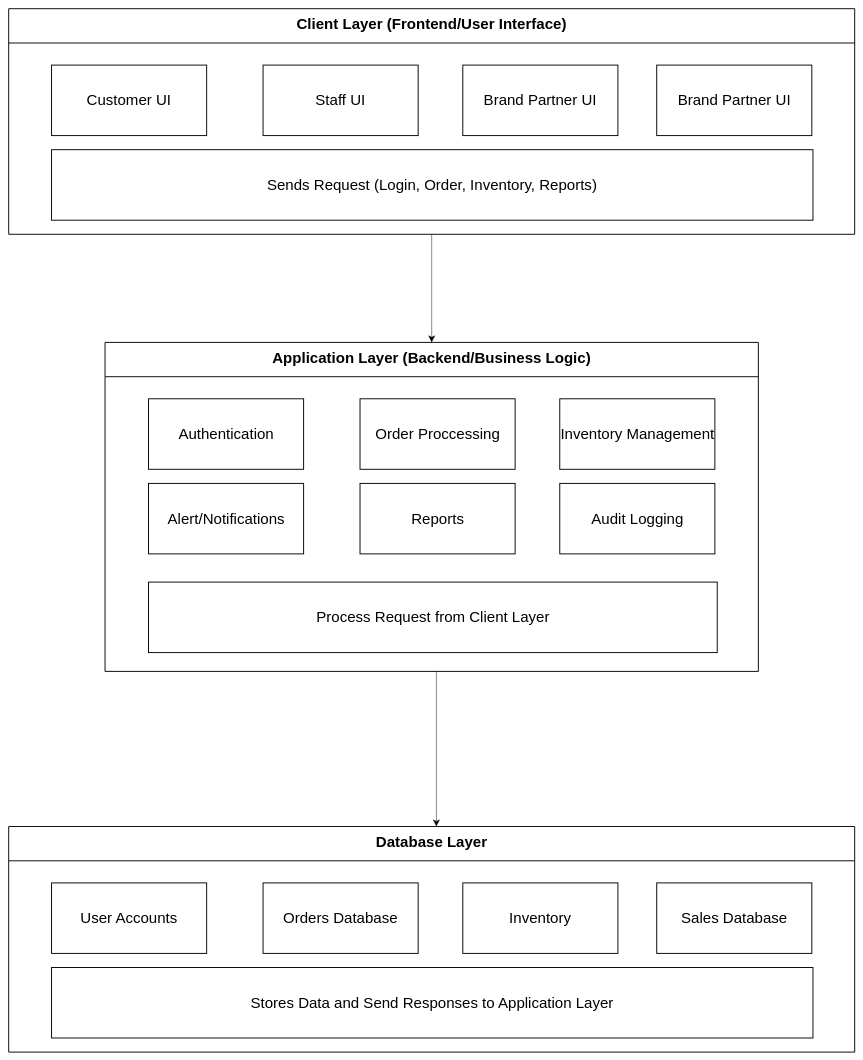
Above: DataModels/highleveldiagram.drawio in ArinGitPort/OnlineShopWebsite (draw.io), before the change. Source tidied: cells renumbered, new cells numbered last; positions are measured from the earlier drawing's top-left corner, leaving out a move shared by most shapes. Both pictures are drawn from the tidied source at 47%, with x=0, y=0 at pixel (8, 8).
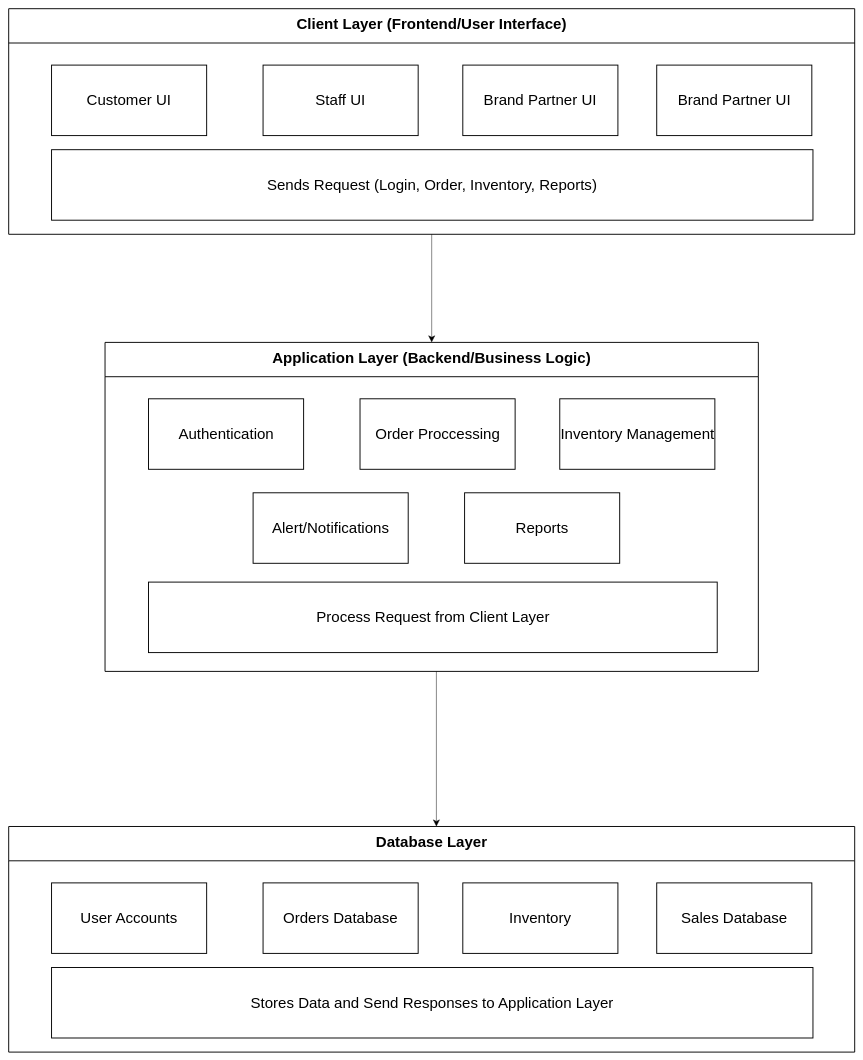
After the change.

The change refers to these unchanged cells:
```xml
<mxCell id="8" value="&lt;p style=&quot;line-height: 130%;&quot;&gt;&lt;span style=&quot;font-size: 32px;&quot;&gt;Application Layer (Backend/Business Logic)&lt;/span&gt;&lt;/p&gt;" style="swimlane;whiteSpace=wrap;html=1;strokeWidth=2;glass=0;rounded=0;shadow=0;startSize=73;" parent="1" vertex="1">
  <mxGeometry x="205" y="710" width="1390" height="700" as="geometry" />
</mxCell>
```

What changed in the source:
```diff
@@
     <mxCell id="12" value="Reports" style="rounded=0;whiteSpace=wrap;html=1;shadow=0;glass=0;sketch=0;strokeWidth=2;fontSize=32;startSize=73;" parent="8" vertex="1">
-      <mxGeometry x="542.5" y="300" width="330" height="150" as="geometry" />
+      <mxGeometry x="765" y="320" width="330" height="150" as="geometry" />
     </mxCell>
     <mxCell id="13" value="Alert/Notifications" style="rounded=0;whiteSpace=wrap;html=1;shadow=0;glass=0;sketch=0;strokeWidth=2;fontSize=32;startSize=73;" parent="8" vertex="1">
-      <mxGeometry x="92.5" y="300" width="330" height="150" as="geometry" />
+      <mxGeometry x="315" y="320" width="330" height="150" as="geometry" />
     </mxCell>
-    <mxCell id="14" value="Audit Logging" style="rounded=0;whiteSpace=wrap;html=1;shadow=0;glass=0;sketch=0;strokeWidth=2;fontSize=32;startSize=73;" parent="8" vertex="1">
-      <mxGeometry x="967.5" y="300" width="330" height="150" as="geometry" />
-    </mxCell>
```
